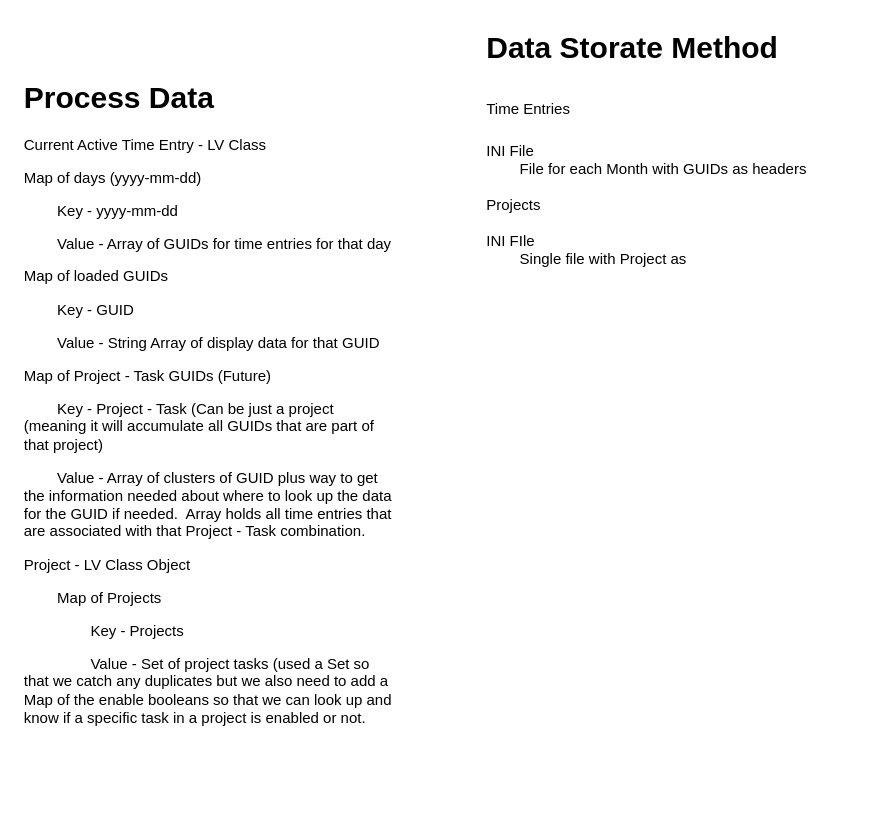
Before: Documentation/Data Relationships.drawio in eschliepe/LVTimeTracker, a draw.io diagram. Source tidied: cells renumbered, new cells numbered last; positions are measured from the earlier drawing's top-left corner, leaving out a move shared by most shapes. Both pictures are drawn from the tidied source at 125%, with x=0, y=0 at pixel (21, 21).
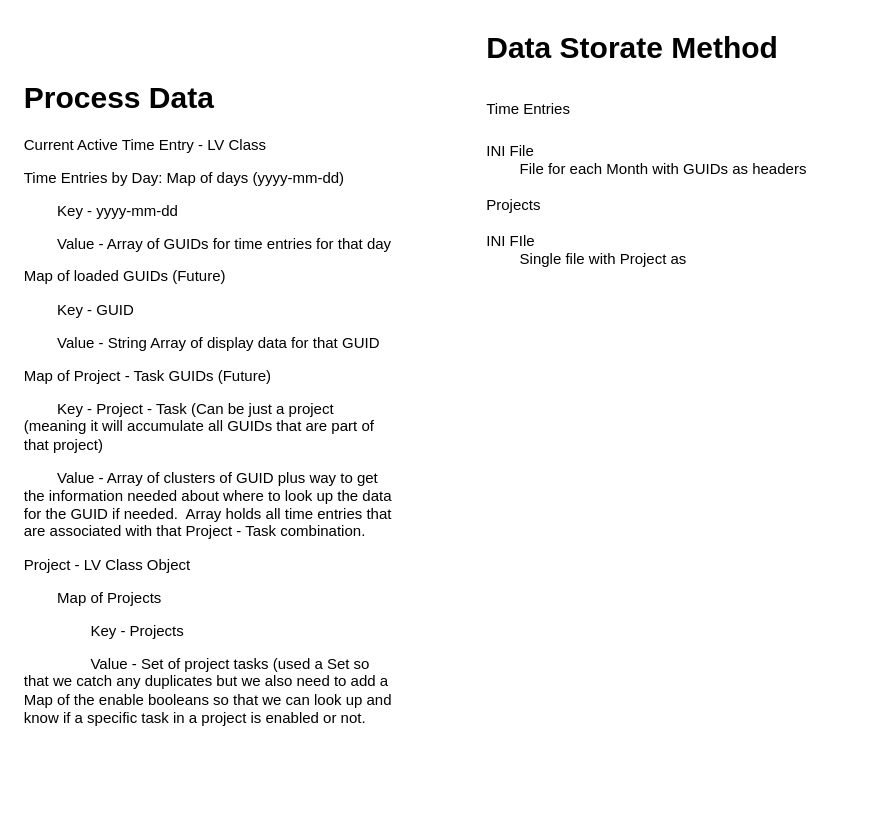
After the change.

Commit message (it also covers changes not shown here):
Fixed the issue with the data not loading.

The edit, as a diff of the source:
```diff
@@
 <mxGraphModel>
   <root>
     <mxCell id="0" />
     <mxCell id="1" parent="0" />
-    <mxCell id="2" value="&lt;h1 style=&quot;margin-top: 0px;&quot;&gt;Process Data&lt;/h1&gt;&lt;p&gt;Current Active Time Entry - LV Class&lt;/p&gt;&lt;p&gt;Map of days (yyyy-mm-dd)&lt;/p&gt;&lt;p&gt;&lt;span style=&quot;white-space: pre;&quot;&gt;&#9;&lt;/span&gt;Key - yyyy-mm-dd&lt;br&gt;&lt;/p&gt;&lt;p&gt;&lt;span style=&quot;white-space: pre;&quot;&gt;&#9;&lt;/span&gt;Value - Array of GUIDs for time entries for that day&lt;br&gt;&lt;/p&gt;&lt;p&gt;Map of loaded GUIDs&lt;/p&gt;&lt;p&gt;&lt;span style=&quot;white-space: pre;&quot;&gt;&#9;&lt;/span&gt;Key - GUID&lt;br&gt;&lt;/p&gt;&lt;p&gt;&lt;span style=&quot;white-space: pre;&quot;&gt;&#9;&lt;/span&gt;Value - String Array of display data for that GUID&lt;br&gt;&lt;/p&gt;&lt;p&gt;Map of Project - Task GUIDs (Future)&lt;/p&gt;&lt;p&gt;&lt;span style=&quot;white-space: pre;&quot;&gt;&#9;&lt;/span&gt;Key - Project - Task (Can be just a project (meaning it will accumulate all GUIDs that are part of that project)&lt;br&gt;&lt;/p&gt;&lt;p&gt;&lt;span style=&quot;white-space: pre;&quot;&gt;&#9;&lt;/span&gt;Value - Array of clusters of GUID plus way to get the information needed about where to look up the data for the GUID if needed.&amp;nbsp; Array holds all time entries that are associated with that Project - Task combination.&lt;br&gt;&lt;/p&gt;&lt;p&gt;Project - LV Class Object&lt;/p&gt;&lt;p&gt;&lt;span style=&quot;white-space: pre;&quot;&gt;&#9;&lt;/span&gt;Map of Projects&lt;br&gt;&lt;/p&gt;&lt;p&gt;&lt;span style=&quot;white-space: pre;&quot;&gt;&#9;&lt;/span&gt;&lt;span style=&quot;white-space: pre;&quot;&gt;&#9;&lt;/span&gt;Key - Projects&lt;br&gt;&lt;/p&gt;&lt;p&gt;&lt;span style=&quot;white-space: pre;&quot;&gt;&#9;&lt;/span&gt;&lt;span style=&quot;white-space: pre;&quot;&gt;&#9;&lt;/span&gt;Value - Set of project tasks (used a Set so that we catch any duplicates but we also need to add a Map of the enable booleans so that we can look up and know if a specific task in a project is enabled or not.&lt;/p&gt;" style="text;html=1;whiteSpace=wrap;overflow=hidden;rounded=0;" parent="1" vertex="1">
+    <mxCell id="2" value="&lt;h1 style=&quot;margin-top: 0px;&quot;&gt;Process Data&lt;/h1&gt;&lt;p&gt;Current Active Time Entry - LV Class&lt;/p&gt;&lt;p&gt;Time Entries by Day: Map of days (yyyy-mm-dd)&lt;/p&gt;&lt;p&gt;&lt;span style=&quot;white-space: pre;&quot;&gt;&#9;&lt;/span&gt;Key - yyyy-mm-dd&lt;br&gt;&lt;/p&gt;&lt;p&gt;&lt;span style=&quot;white-space: pre;&quot;&gt;&#9;&lt;/span&gt;Value - Array of GUIDs for time entries for that day&lt;br&gt;&lt;/p&gt;&lt;p&gt;Map of loaded GUIDs (Future)&lt;/p&gt;&lt;p&gt;&lt;span style=&quot;white-space: pre;&quot;&gt;&#9;&lt;/span&gt;Key - GUID&lt;br&gt;&lt;/p&gt;&lt;p&gt;&lt;span style=&quot;white-space: pre;&quot;&gt;&#9;&lt;/span&gt;Value - String Array of display data for that GUID&lt;br&gt;&lt;/p&gt;&lt;p&gt;Map of Project - Task GUIDs (Future)&lt;/p&gt;&lt;p&gt;&lt;span style=&quot;white-space: pre;&quot;&gt;&#9;&lt;/span&gt;Key - Project - Task (Can be just a project (meaning it will accumulate all GUIDs that are part of that project)&lt;br&gt;&lt;/p&gt;&lt;p&gt;&lt;span style=&quot;white-space: pre;&quot;&gt;&#9;&lt;/span&gt;Value - Array of clusters of GUID plus way to get the information needed about where to look up the data for the GUID if needed.&amp;nbsp; Array holds all time entries that are associated with that Project - Task combination.&lt;br&gt;&lt;/p&gt;&lt;p&gt;Project - LV Class Object&lt;/p&gt;&lt;p&gt;&lt;span style=&quot;white-space: pre;&quot;&gt;&#9;&lt;/span&gt;Map of Projects&lt;br&gt;&lt;/p&gt;&lt;p&gt;&lt;span style=&quot;white-space: pre;&quot;&gt;&#9;&lt;/span&gt;&lt;span style=&quot;white-space: pre;&quot;&gt;&#9;&lt;/span&gt;Key - Projects&lt;br&gt;&lt;/p&gt;&lt;p&gt;&lt;span style=&quot;white-space: pre;&quot;&gt;&#9;&lt;/span&gt;&lt;span style=&quot;white-space: pre;&quot;&gt;&#9;&lt;/span&gt;Value - Set of project tasks (used a Set so that we catch any duplicates but we also need to add a Map of the enable booleans so that we can look up and know if a specific task in a project is enabled or not.&lt;/p&gt;" style="text;html=1;whiteSpace=wrap;overflow=hidden;rounded=0;" parent="1" vertex="1">
       <mxGeometry y="40" width="300" height="580" as="geometry" />
     </mxCell>
     <mxCell id="3" value="&lt;h1 style=&quot;margin-top: 0px;&quot;&gt;&lt;span style=&quot;background-color: transparent; color: light-dark(rgb(0, 0, 0), rgb(255, 255, 255));&quot;&gt;Data Storate Method&lt;/span&gt;&lt;/h1&gt;&lt;h1 style=&quot;margin-top: 0px;&quot;&gt;&lt;span style=&quot;font-size: 12px; font-weight: 400;&quot;&gt;Time Entries&lt;/span&gt;&lt;/h1&gt;&lt;div&gt;&lt;span style=&quot;font-size: 12px; font-weight: 400;&quot;&gt;INI File&lt;/span&gt;&lt;/div&gt;&lt;div&gt;&lt;span style=&quot;font-size: 12px; font-weight: 400;&quot;&gt;&lt;span style=&quot;white-space: pre;&quot;&gt;&#9;&lt;/span&gt;File for each Month with GUIDs as headers&lt;br&gt;&lt;/span&gt;&lt;/div&gt;&lt;div&gt;&lt;span style=&quot;font-size: 12px; font-weight: 400;&quot;&gt;&lt;br&gt;&lt;/span&gt;&lt;/div&gt;&lt;div&gt;Projects&lt;/div&gt;&lt;div&gt;&lt;br&gt;&lt;/div&gt;&lt;div&gt;INI FIle&lt;/div&gt;&lt;div&gt;&lt;span style=&quot;white-space: pre;&quot;&gt;&#9;&lt;/span&gt;Single file with Project as&amp;nbsp;&lt;br&gt;&lt;/div&gt;&lt;p&gt;&lt;br&gt;&lt;/p&gt;&lt;p&gt;&lt;br&gt;&lt;/p&gt;" style="text;html=1;whiteSpace=wrap;overflow=hidden;rounded=0;" parent="1" vertex="1">
       <mxGeometry x="370" width="300" height="580" as="geometry" />
     </mxCell>
   </root>
 </mxGraphModel>
```
